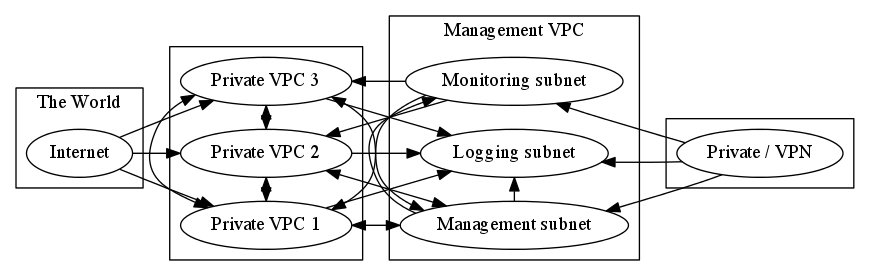
jpancoast/cloudsetup keeps this Graphviz diagram as docs/test.png. Above is the earlier version. Its source is kept beside it as docs/test.dot.
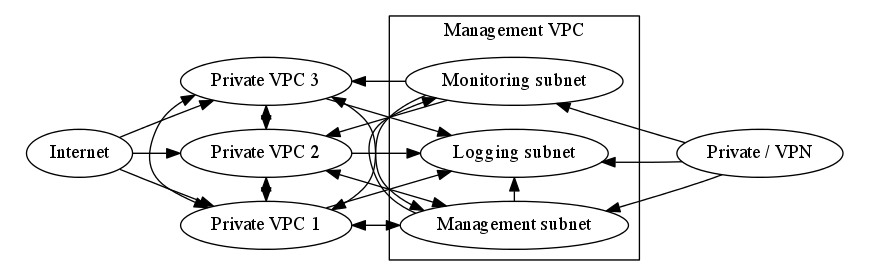
The same file after the commit.

Commit message:
basic layout now complete. Now just need to get colors inthere and stuff

What changed in the source:
```diff
@@ -1,11 +1,16 @@
 digraph G {
     rankdir=LR
 
-    subgraph cluster1 {
-        label="The World";
+    subgraph cluster1
+    {
+        style="invis"
         Internet;
     }
-    subgraph cluster2 {
+
+    subgraph cluster2
+    {
+        style="invis"
+
         "Private VPC 1";
         "Private VPC 2";
         "Private VPC 3";
@@ -33,6 +38,7 @@
 
     subgraph cluster4
     {
+        style="invis"
         "Private / VPN"
 
         {
```
